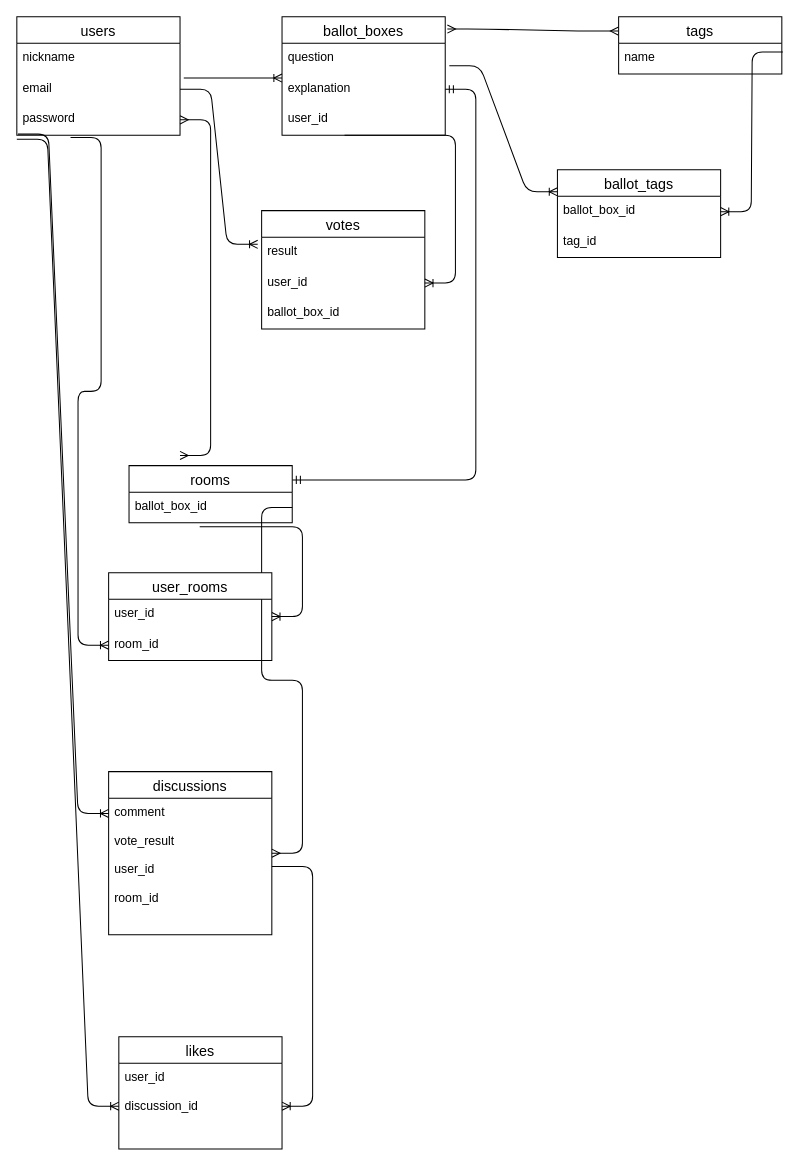
Before: ER.dio in wwwyo/proscons, a draw.io diagram. Source tidied: cells renumbered, new cells numbered last; positions are measured from the earlier drawing's top-left corner, leaving out a move shared by most shapes. Both pictures are drawn from the tidied source at 102%, with x=0, y=0 at pixel (16, 16).
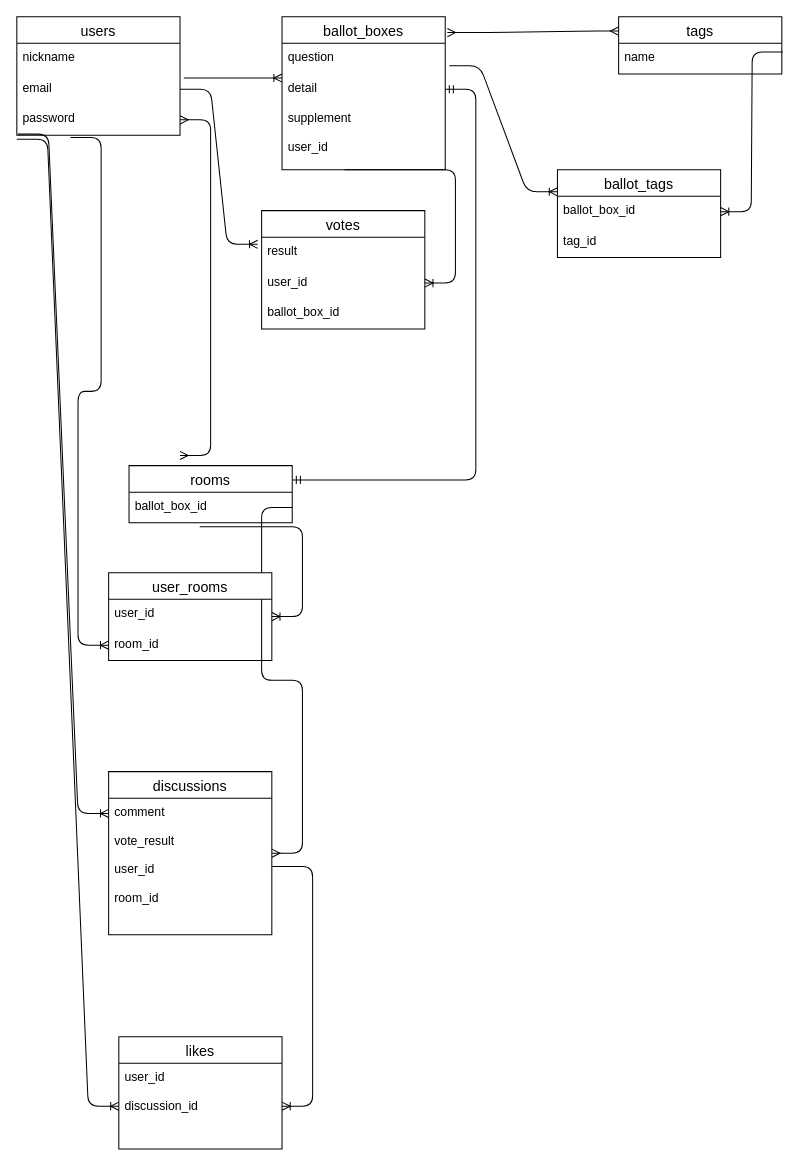
The same diagram, later.

Change to the diagram source:
```diff
@@
     <mxCell id="6" value="ballot_boxes" style="swimlane;fontStyle=0;horizontal=1;startSize=26;align=center;fontSize=14;" parent="1" vertex="1">
-      <mxGeometry x="260" width="160" height="116" as="geometry" />
+      <mxGeometry x="260" width="160" height="150" as="geometry" />
     </mxCell>
@@
-    <mxCell id="8" value="explanation" style="text;strokeColor=none;fillColor=none;spacingLeft=4;spacingRight=4;overflow=hidden;points=[[0,0.5],[1,0.5]];portConstraint=eastwest;fontSize=12;" parent="6" vertex="1">
+    <mxCell id="8" value="detail" style="text;strokeColor=none;fillColor=none;spacingLeft=4;spacingRight=4;overflow=hidden;points=[[0,0.5],[1,0.5]];portConstraint=eastwest;fontSize=12;" parent="6" vertex="1">
       <mxGeometry y="56" width="160" height="30" as="geometry" />
     </mxCell>
-    <mxCell id="9" value="user_id" style="text;strokeColor=none;fillColor=none;spacingLeft=4;spacingRight=4;overflow=hidden;points=[[0,0.5],[1,0.5]];portConstraint=eastwest;fontSize=12;" parent="6" vertex="1">
-      <mxGeometry y="86" width="160" height="30" as="geometry" />
+    <mxCell id="9" value="supplement&#10;&#10;user_id" style="text;strokeColor=none;fillColor=none;spacingLeft=4;spacingRight=4;overflow=hidden;points=[[0,0.5],[1,0.5]];portConstraint=eastwest;fontSize=12;" parent="6" vertex="1">
+      <mxGeometry y="86" width="160" height="64" as="geometry" />
     </mxCell>
```
